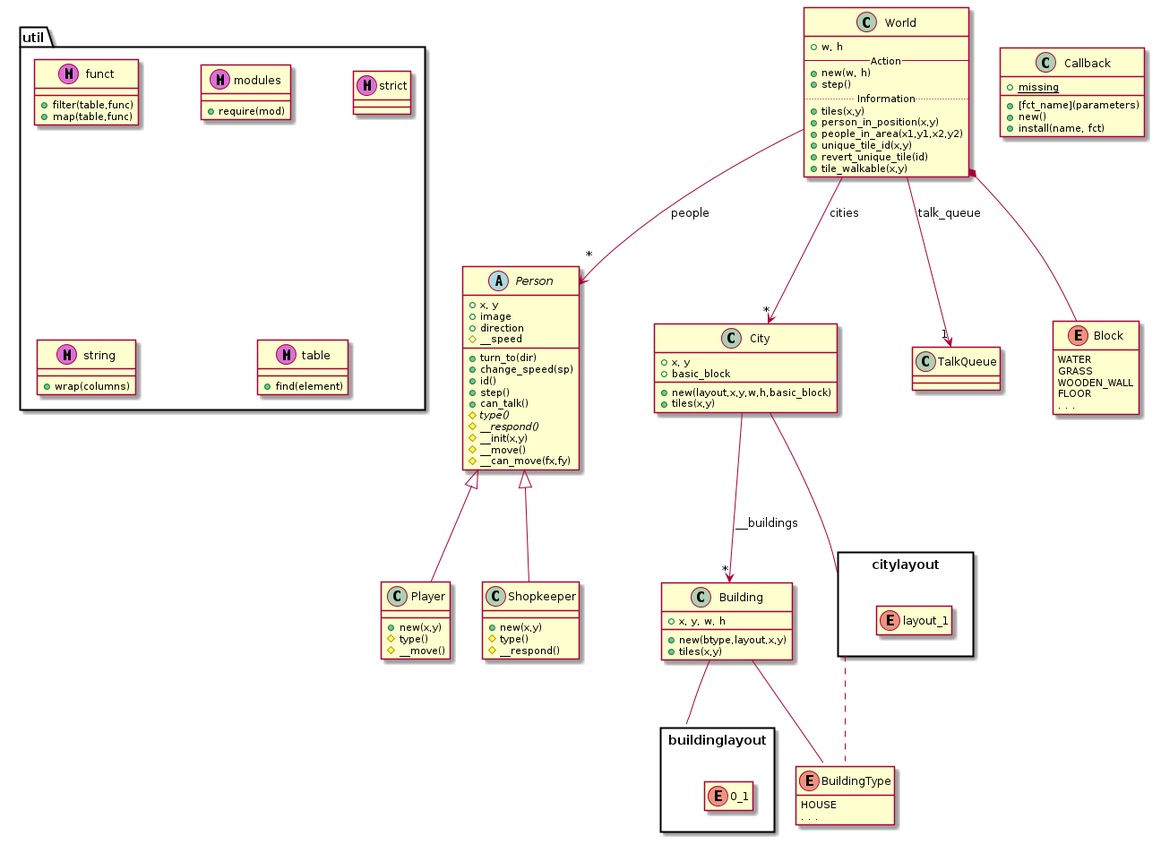
This is doc/engine.png from andrenho/newhope, a PlantUML export, as it was before one commit.
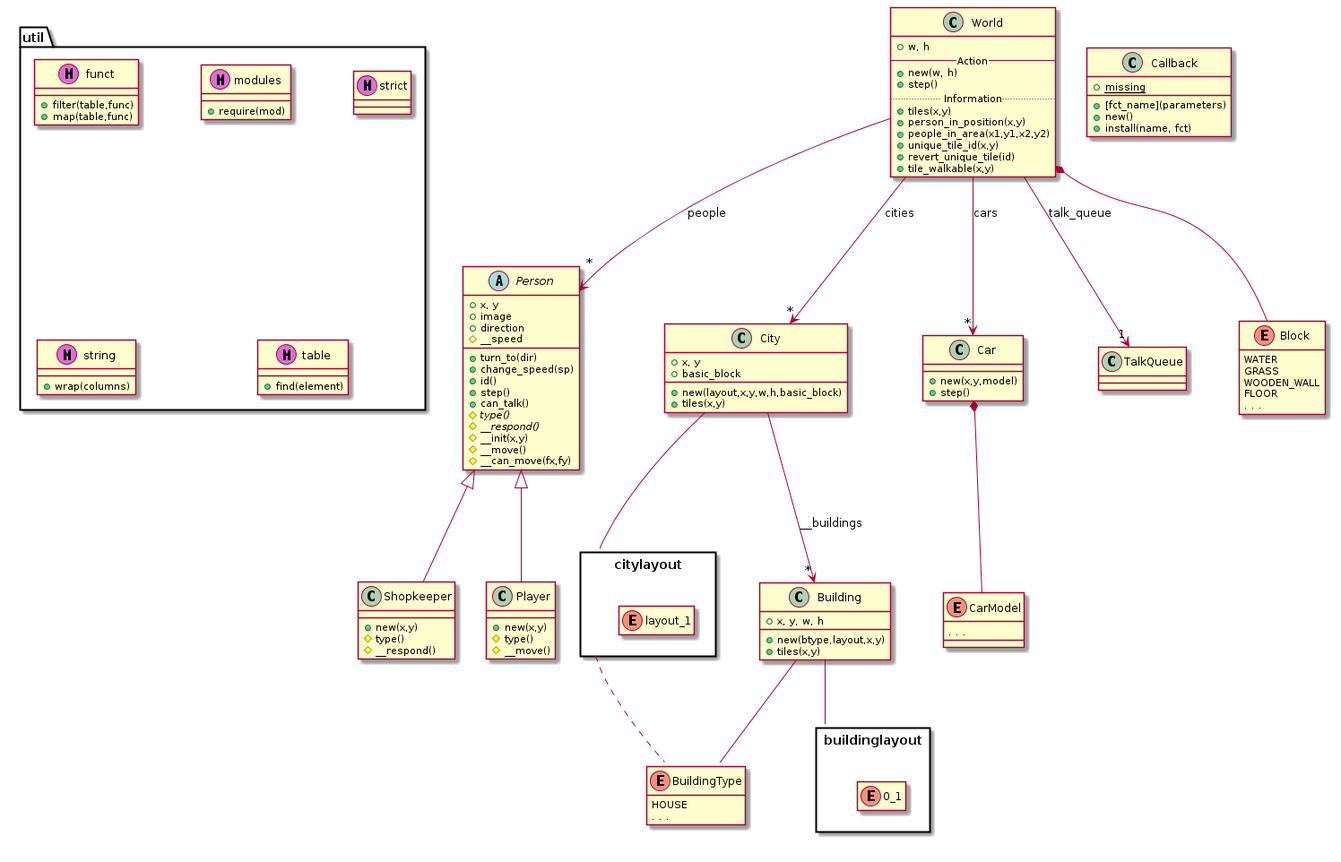
The same file after the commit.

Change to the diagram source:
```diff
@@ -2,6 +2,7 @@
 
 World  -->  "*" Person : people
 World  -->  "*" City : cities
+World  -->  "*" Car : cars
 World  -->  "1" TalkQueue: talk_queue
 City   -->  "*" Building : __buildings
 Building -- enum BuildingType
@@ -18,6 +19,8 @@
 }
 City -- citylayout
 citylayout .. enum BuildingType
+
+Car *-- CarModel
 
 World *-- enum Block
 
@@ -70,6 +73,15 @@
   +new(x,y)
   #type()
   #__respond()
+}
+
+class Car {
+  +new(x,y,model)
+  +step()
+}
+
+enum CarModel {
+  . . .
 }
 
 class City {
```
